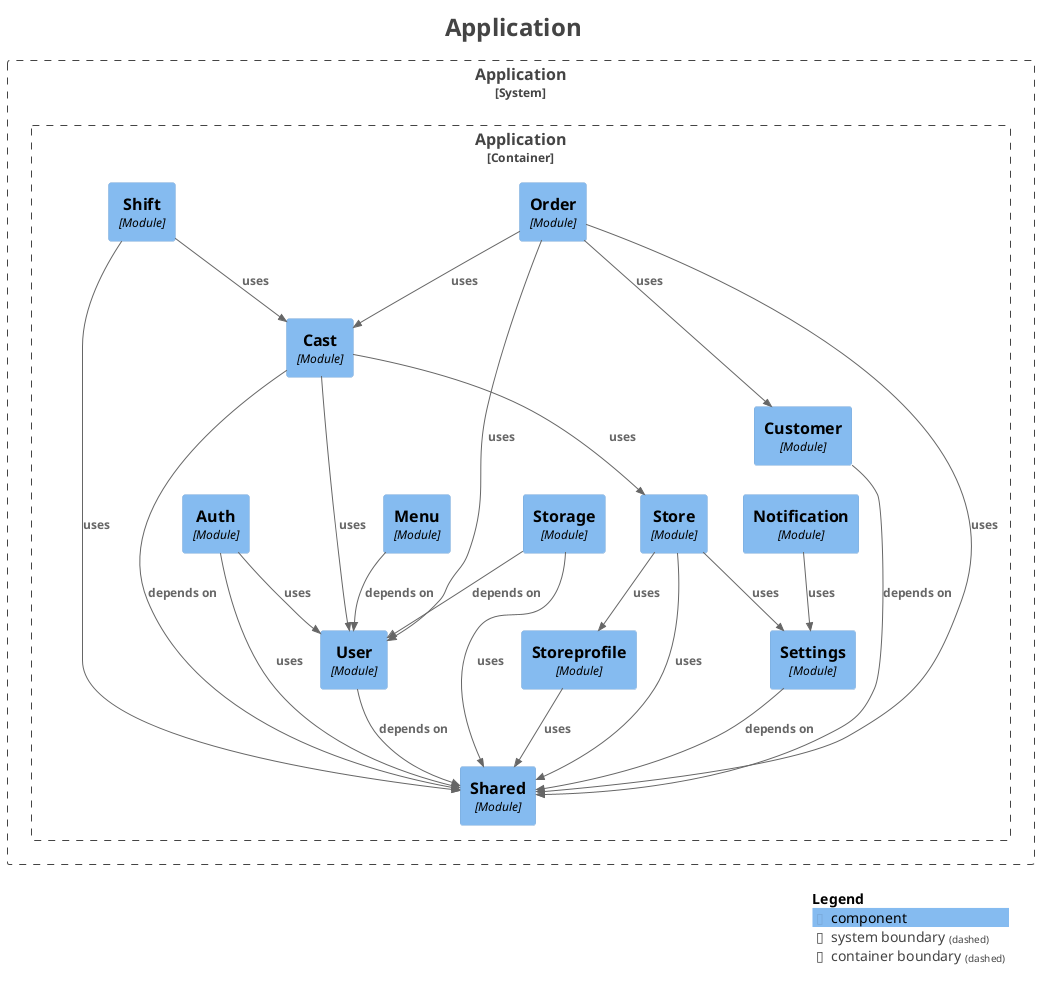
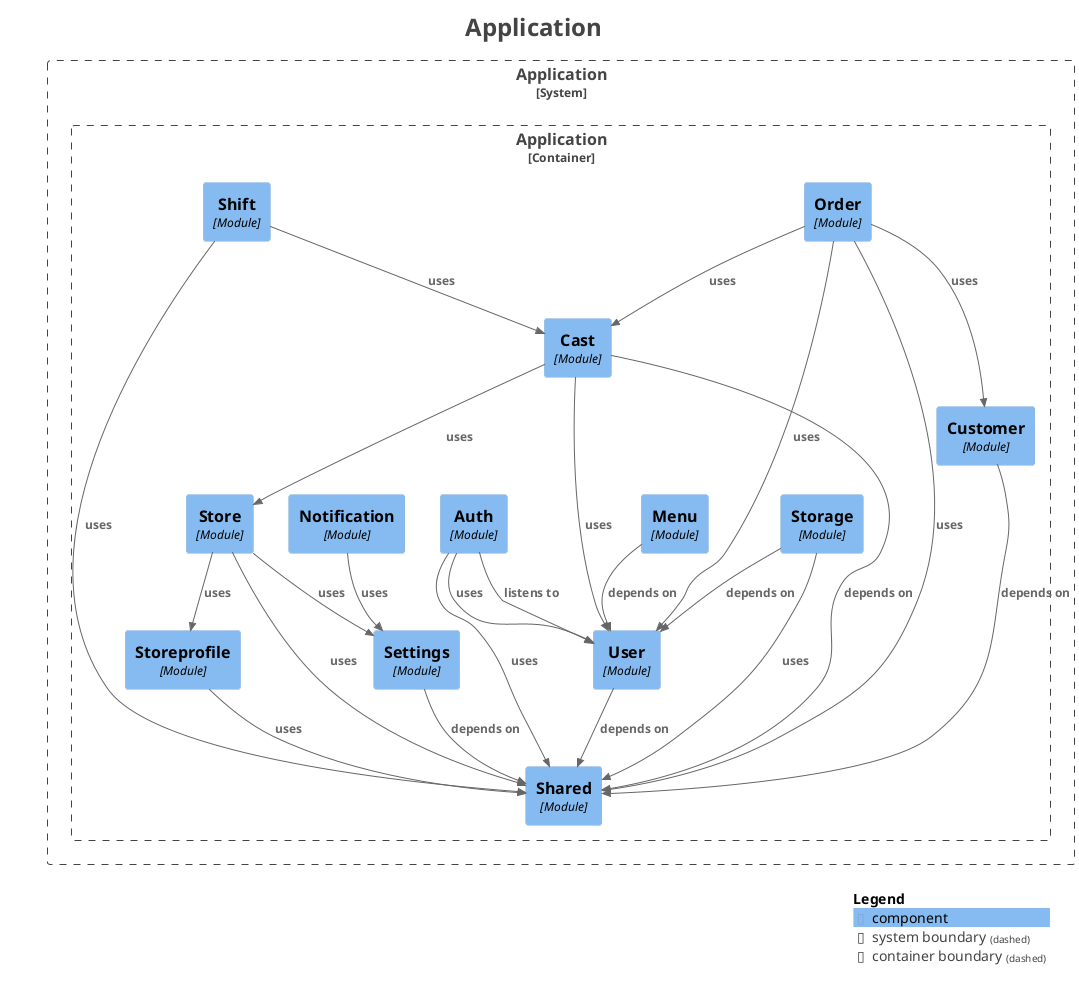
@startuml
title <size:24>Application</size>

set separator none
top to bottom direction

<style>
  root {
    BackgroundColor: #ffffff
    FontColor: #444444
  }
</style>

!include <C4/C4>
!include <C4/C4_Context>
!include <C4/C4_Component>

System_Boundary("Application_boundary", "Application", $tags="") {
  Container_Boundary("Application.Application_boundary", "Application", $tags="") {
    Component(Application.Application.Notification, "Notification", $techn="Module", $descr="", $tags="", $link="")
    Component(Application.Application.Storage, "Storage", $techn="Module", $descr="", $tags="", $link="")
    Component(Application.Application.Store, "Store", $techn="Module", $descr="", $tags="", $link="")
    Component(Application.Application.Cast, "Cast", $techn="Module", $descr="", $tags="", $link="")
    Component(Application.Application.Order, "Order", $techn="Module", $descr="", $tags="", $link="")
    Component(Application.Application.Shift, "Shift", $techn="Module", $descr="", $tags="", $link="")
    Component(Application.Application.Shared, "Shared", $techn="Module", $descr="", $tags="", $link="")
    Component(Application.Application.Customer, "Customer", $techn="Module", $descr="", $tags="", $link="")
    Component(Application.Application.Settings, "Settings", $techn="Module", $descr="", $tags="", $link="")
    Component(Application.Application.Storeprofile, "Storeprofile", $techn="Module", $descr="", $tags="", $link="")
    Component(Application.Application.User, "User", $techn="Module", $descr="", $tags="", $link="")
    Component(Application.Application.Auth, "Auth", $techn="Module", $descr="", $tags="", $link="")
    Component(Application.Application.Menu, "Menu", $techn="Module", $descr="", $tags="", $link="")
  }

}

- Rel(Application.Application.Storeprofile, Application.Application.Shared, "uses", $techn="", $tags="", $link="")
- Rel(Application.Application.Menu, Application.Application.User, "depends on", $techn="", $tags="", $link="")
+ Rel(Application.Application.User, Application.Application.Shared, "depends on", $techn="", $tags="", $link="")
Rel(Application.Application.Cast, Application.Application.Shared, "depends on", $techn="", $tags="", $link="")
Rel(Application.Application.Cast, Application.Application.User, "uses", $techn="", $tags="", $link="")
Rel(Application.Application.Cast, Application.Application.Store, "uses", $techn="", $tags="", $link="")
- Rel(Application.Application.Notification, Application.Application.Settings, "uses", $techn="", $tags="", $link="")
- Rel(Application.Application.Storage, Application.Application.User, "depends on", $techn="", $tags="", $link="")
- Rel(Application.Application.Storage, Application.Application.Shared, "uses", $techn="", $tags="", $link="")
- Rel(Application.Application.Shift, Application.Application.Cast, "uses", $techn="", $tags="", $link="")
- Rel(Application.Application.Shift, Application.Application.Shared, "uses", $techn="", $tags="", $link="")
- Rel(Application.Application.User, Application.Application.Shared, "depends on", $techn="", $tags="", $link="")
- Rel(Application.Application.Auth, Application.Application.User, "uses", $techn="", $tags="", $link="")
- Rel(Application.Application.Auth, Application.Application.Shared, "uses", $techn="", $tags="", $link="")
- Rel(Application.Application.Settings, Application.Application.Shared, "depends on", $techn="", $tags="", $link="")
- Rel(Application.Application.Customer, Application.Application.Shared, "depends on", $techn="", $tags="", $link="")
Rel(Application.Application.Order, Application.Application.Customer, "uses", $techn="", $tags="", $link="")
Rel(Application.Application.Order, Application.Application.Cast, "uses", $techn="", $tags="", $link="")
Rel(Application.Application.Order, Application.Application.User, "uses", $techn="", $tags="", $link="")
Rel(Application.Application.Order, Application.Application.Shared, "uses", $techn="", $tags="", $link="")
Rel(Application.Application.Store, Application.Application.Storeprofile, "uses", $techn="", $tags="", $link="")
Rel(Application.Application.Store, Application.Application.Settings, "uses", $techn="", $tags="", $link="")
Rel(Application.Application.Store, Application.Application.Shared, "uses", $techn="", $tags="", $link="")
+ Rel(Application.Application.Customer, Application.Application.Shared, "depends on", $techn="", $tags="", $link="")
+ Rel(Application.Application.Settings, Application.Application.Shared, "depends on", $techn="", $tags="", $link="")
+ Rel(Application.Application.Notification, Application.Application.Settings, "uses", $techn="", $tags="", $link="")
+ Rel(Application.Application.Auth, Application.Application.User, "listens to", $techn="", $tags="", $link="")
+ Rel(Application.Application.Auth, Application.Application.User, "uses", $techn="", $tags="", $link="")
+ Rel(Application.Application.Auth, Application.Application.Shared, "uses", $techn="", $tags="", $link="")
+ Rel(Application.Application.Menu, Application.Application.User, "depends on", $techn="", $tags="", $link="")
+ Rel(Application.Application.Storage, Application.Application.User, "depends on", $techn="", $tags="", $link="")
+ Rel(Application.Application.Storage, Application.Application.Shared, "uses", $techn="", $tags="", $link="")
+ Rel(Application.Application.Shift, Application.Application.Cast, "uses", $techn="", $tags="", $link="")
+ Rel(Application.Application.Shift, Application.Application.Shared, "uses", $techn="", $tags="", $link="")
+ Rel(Application.Application.Storeprofile, Application.Application.Shared, "uses", $techn="", $tags="", $link="")

SHOW_LEGEND(true)
hide stereotypes
@enduml